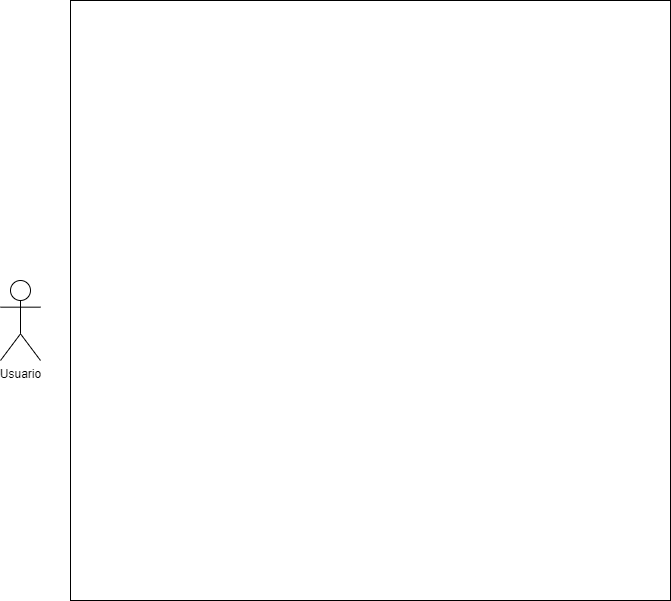
Before: Casos de uso/Casos de uso de una biblioteca/Untitled Diagram.drawio.png, a diagram exported from draw.io (JVC0/ETS). Source tidied: cells renumbered, new cells last; positions are measured from the earlier drawing's top-left corner, leaving out a move shared by most shapes.
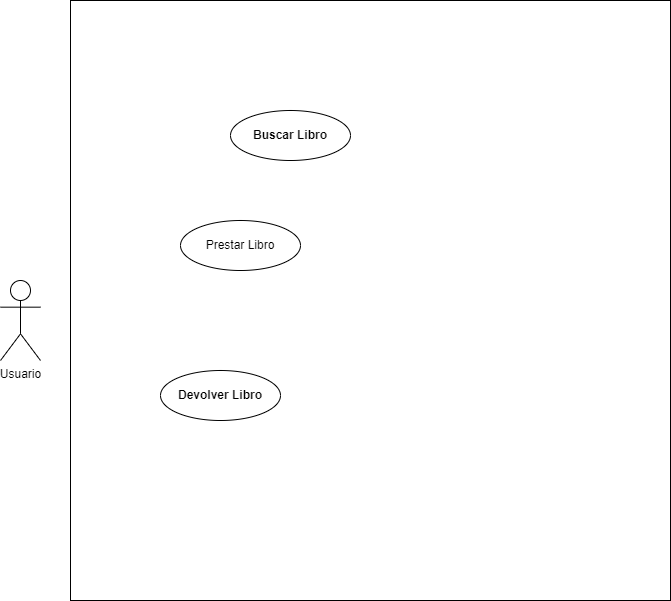
The same file after the commit.

Diff of the diagram source:
```diff
@@ -8,5 +8,14 @@
     <mxCell id="3" style="whiteSpace=wrap;html=1;" parent="1" vertex="1">
       <mxGeometry x="70" width="600" height="600" as="geometry" />
     </mxCell>
+    <mxCell id="4" value="Prestar Libro" style="ellipse;whiteSpace=wrap;html=1;" parent="1" vertex="1">
+      <mxGeometry x="180" y="220" width="120" height="50" as="geometry" />
+    </mxCell>
+    <mxCell id="5" value="Devolver Libro" style="ellipse;whiteSpace=wrap;html=1;fontStyle=1;" parent="1" vertex="1">
+      <mxGeometry x="160" y="370" width="120" height="50" as="geometry" />
+    </mxCell>
+    <mxCell id="6" value="Buscar Libro" style="ellipse;whiteSpace=wrap;html=1;fontStyle=1;" parent="1" vertex="1">
+      <mxGeometry x="230" y="110" width="120" height="50" as="geometry" />
+    </mxCell>
   </root>
 </mxGraphModel>
```
